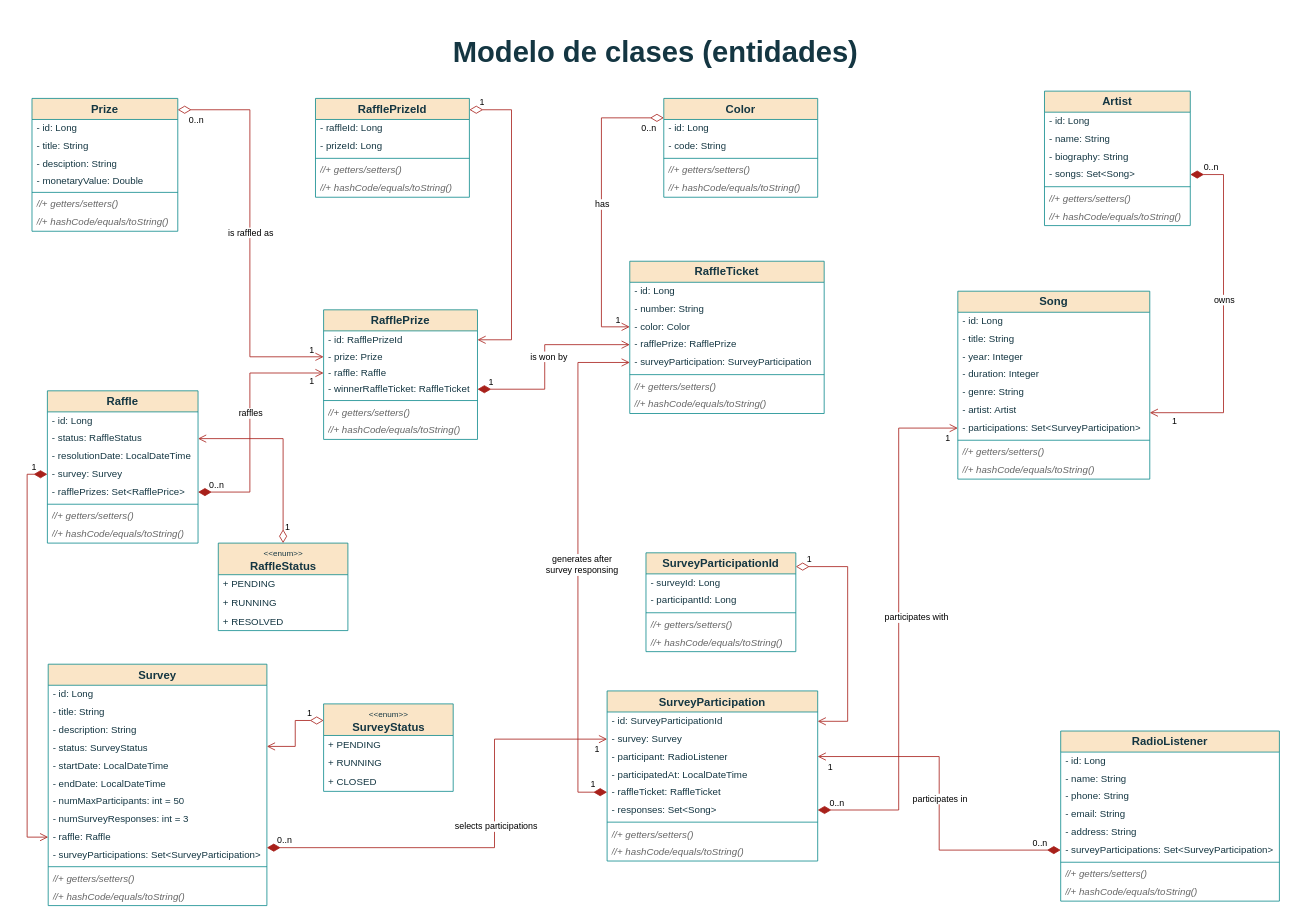
Earlier version of the draw.io diagram page "Modelo de Clases (entidades)" (5 of 6) of docs/diagramas-proyecto-01.drawio (davorpa/musical-surveyor-springboot-api). Source tidied: cells renumbered, new cells numbered last; positions are measured from the earlier drawing's top-left corner, leaving out a move shared by most shapes. Both pictures are drawn from the tidied source at 81%, with x=0, y=0 at pixel (27, 26).
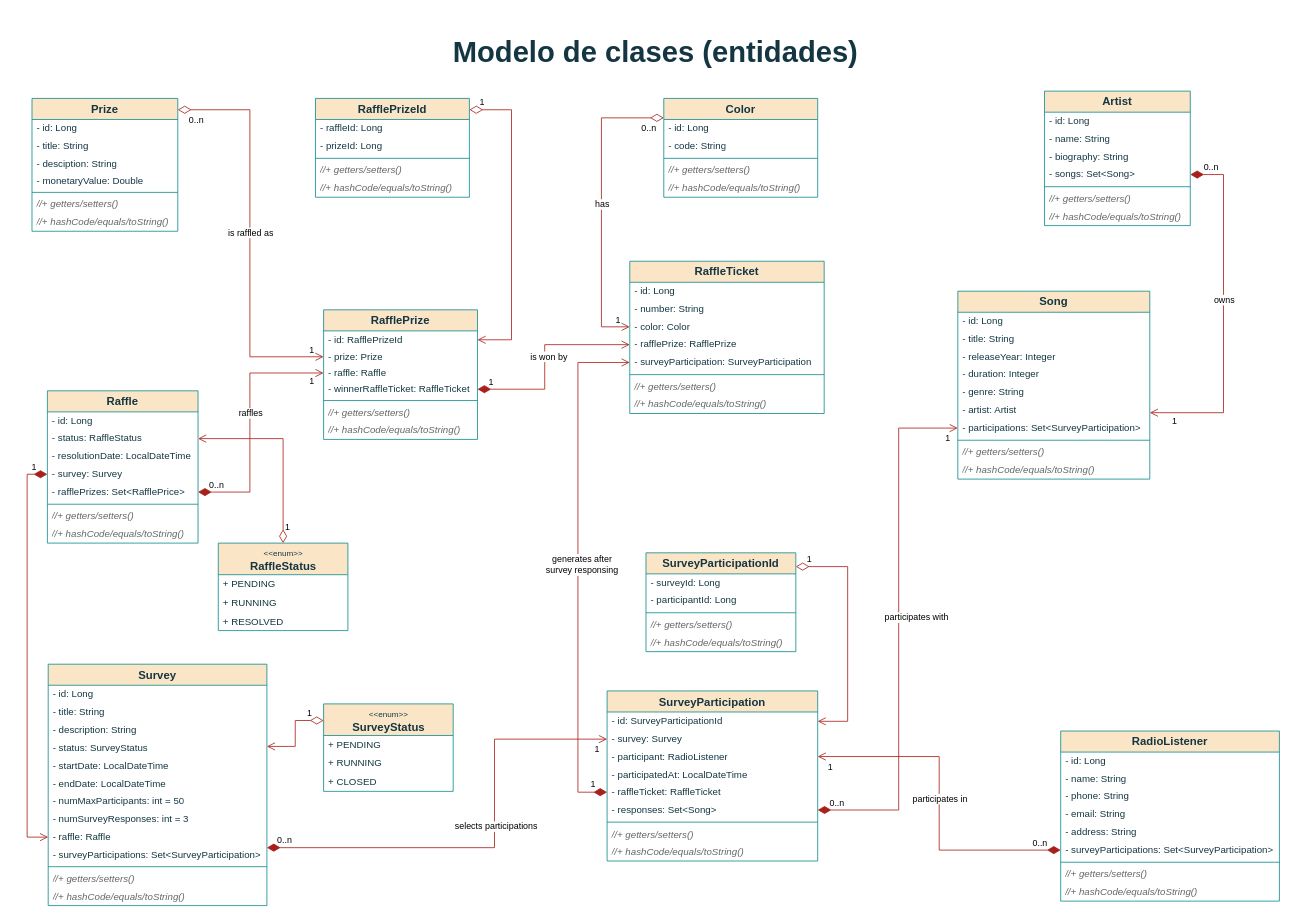
The same page after the edit.

Commit message (it also covers changes not shown here):
refactor!: rename SQL column and entity `Song` field `year`-> `release_year`

Unchanged cells that the change refers to:
```xml
<mxCell id="21" value="Song" style="swimlane;fontStyle=1;align=center;verticalAlign=middle;horizontal=1;startSize=26;whiteSpace=wrap;html=1;fontSize=14;strokeColor=#0F8B8D;fontColor=#143642;fillColor=#FAE5C7;labelBackgroundColor=none;" parent="1" vertex="1">
  <mxGeometry x="1149" y="327" width="237" height="232" as="geometry" />
</mxCell>
```

Diff of the diagram source:
```diff
@@
-    <mxCell id="24" value="- year: Integer" style="text;strokeColor=none;fillColor=none;align=left;verticalAlign=middle;spacingLeft=4;spacingRight=4;overflow=hidden;whiteSpace=wrap;html=1;fontSize=12;fontColor=#143642;labelBackgroundColor=none;" parent="21" vertex="1">
+    <mxCell id="24" value="- releaseYear: Integer" style="text;strokeColor=none;fillColor=none;align=left;verticalAlign=middle;spacingLeft=4;spacingRight=4;overflow=hidden;whiteSpace=wrap;html=1;fontSize=12;fontColor=#143642;labelBackgroundColor=none;" parent="21" vertex="1">
       <mxGeometry y="70" width="237" height="22" as="geometry" />
     </mxCell>
```
